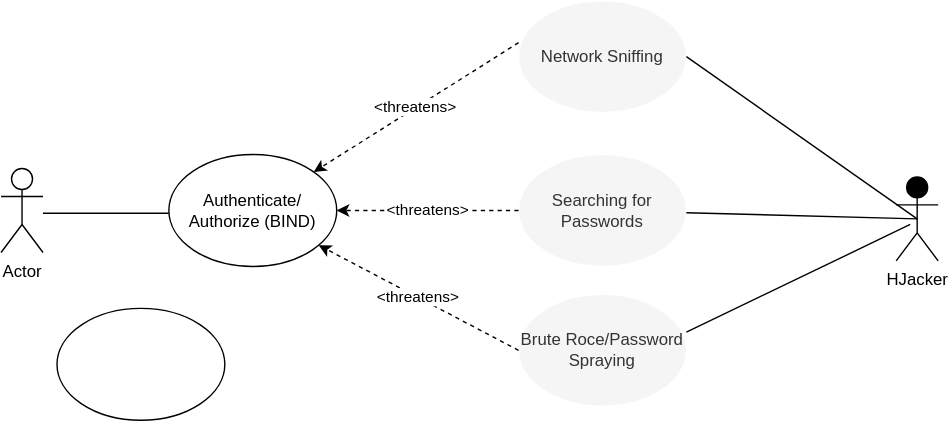
bartelsjoshuac/SAPG keeps this draw.io diagram as images/Use-Misuse Case 1 -Bind.drawio.svg. Above is the earlier version. Source tidied: cells renumbered, new cells last; positions are measured from the earlier drawing's top-left corner, leaving out a move shared by most shapes.
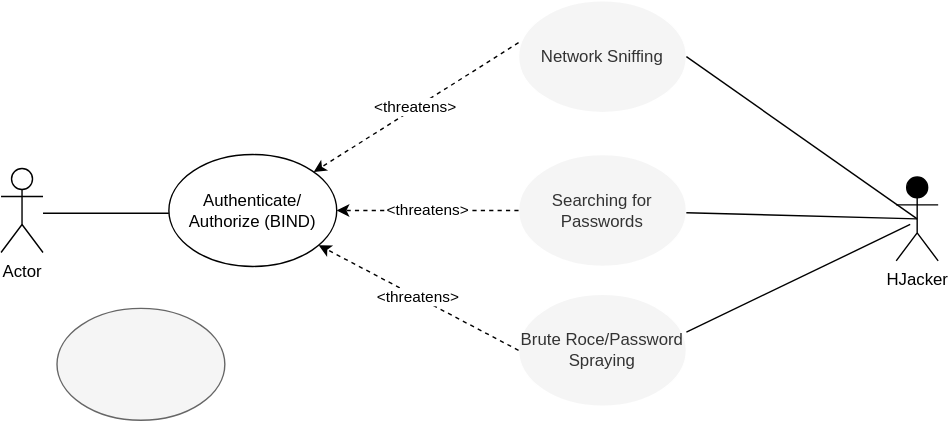
Above is the later version.

Diff of the diagram source:
```diff
@@ -50,7 +50,7 @@
         <mxPoint x="650" y="160" as="targetPoint" />
       </mxGeometry>
     </mxCell>
-    <mxCell id="16" style="ellipse;whiteSpace=wrap;html=1;" parent="1" vertex="1">
+    <mxCell id="16" style="ellipse;whiteSpace=wrap;html=1;fillColor=#f5f5f5;fontColor=#333333;strokeColor=#666666;" parent="1" vertex="1">
       <mxGeometry x="40" y="220" width="120" height="80" as="geometry" />
     </mxCell>
   </root>
```
